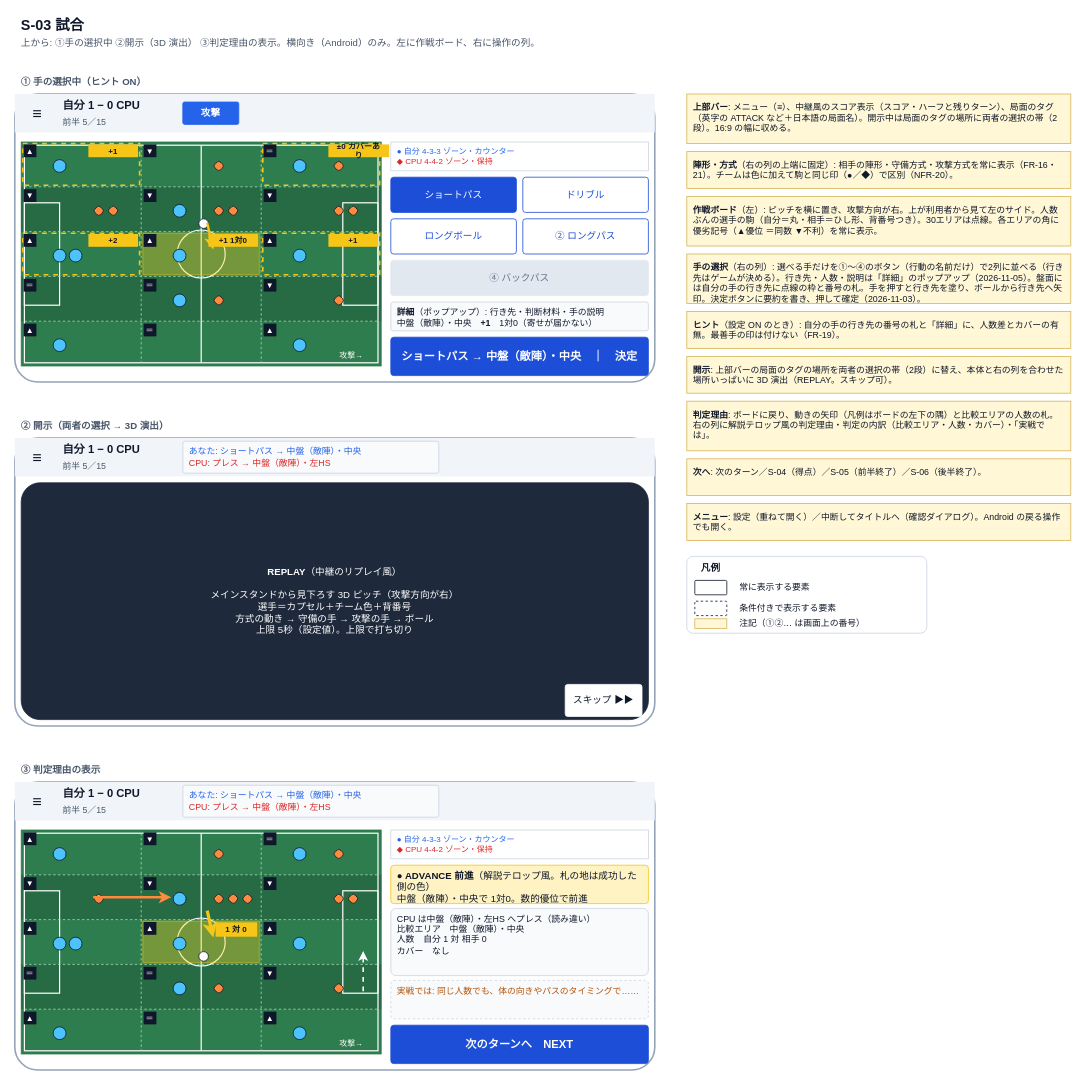
The draw.io diagram page "wireframe-s03-match" (3 of 12) of docs/specs/2_basic-design/wireframes.drawio in n-yata/soccer-sim, before the edit. Source tidied: cells renumbered, new cells numbered last; positions are measured from the earlier drawing's top-left corner, leaving out a move shared by most shapes. Both pictures are drawn from the tidied source at 80%, with x=0, y=0 at pixel (14, 14).
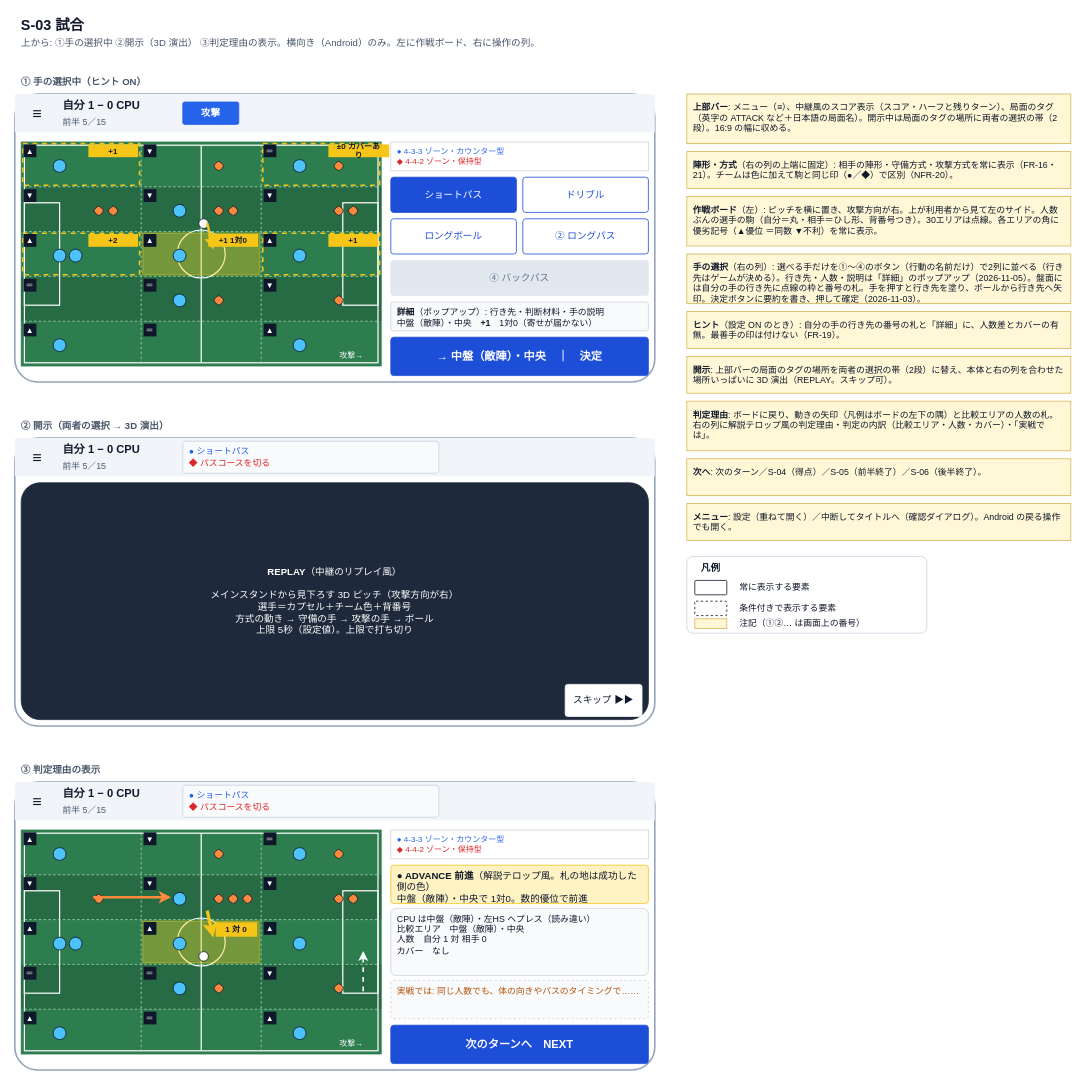
The same diagram, later.

What changed in the source:
```diff
@@
-    <mxCell id="78" value="&lt;span style='color:#2563EB'&gt;● 自分 4-3-3 ゾーン・カウンター&lt;/span&gt;&lt;br&gt;&lt;span style='color:#DC2626'&gt;◆ CPU 4-4-2 ゾーン・保持&lt;/span&gt;" style="rounded=0;arcSize=8;whiteSpace=wrap;html=1;fillColor=#FFFFFF;strokeColor=#CBD5E1;fontSize=10;fontColor=#0F172A;align=left;verticalAlign=middle;spacingLeft=6;spacingRight=6;" parent="1" vertex="1">
+    <mxCell id="78" value="&lt;span style='color:#2563EB'&gt;● 4-3-3 ゾーン・カウンター型&lt;/span&gt;&lt;br&gt;&lt;span style='color:#DC2626'&gt;◆ 4-4-2 ゾーン・保持型&lt;/span&gt;" style="rounded=0;arcSize=8;whiteSpace=wrap;html=1;fillColor=#FFFFFF;strokeColor=#CBD5E1;fontSize=10;fontColor=#0F172A;align=left;verticalAlign=middle;spacingLeft=6;spacingRight=6;" parent="1" vertex="1">
       <mxGeometry x="470" y="160" width="322" height="36" as="geometry" />
     </mxCell>
@@
-    <mxCell id="80" value="ショートパス → 中盤（敵陣）・中央　｜　決定" style="rounded=1;arcSize=8;whiteSpace=wrap;html=1;fillColor=#1D4ED8;strokeColor=#1D4ED8;fontSize=14;fontColor=#FFFFFF;align=center;verticalAlign=middle;spacingLeft=6;spacingRight=6;fontStyle=1;" parent="1" vertex="1">
+    <mxCell id="80" value="→ 中盤（敵陣）・中央　｜　決定" style="rounded=1;arcSize=8;whiteSpace=wrap;html=1;fillColor=#1D4ED8;strokeColor=#1D4ED8;fontSize=14;fontColor=#FFFFFF;align=center;verticalAlign=middle;spacingLeft=6;spacingRight=6;fontStyle=1;" parent="1" vertex="1">
       <mxGeometry x="470" y="404" width="322" height="48" as="geometry" />
     </mxCell>
@@
-    <mxCell id="87" value="&lt;span style='color:#2563EB'&gt;あなた: ショートパス → 中盤（敵陣）・中央&lt;/span&gt;&lt;br&gt;&lt;span style='color:#DC2626'&gt;CPU: プレス → 中盤（敵陣）・左HS&lt;/span&gt;" style="rounded=1;arcSize=8;whiteSpace=wrap;html=1;fillColor=#F8FAFC;strokeColor=#CBD5E1;fontSize=11;fontColor=#0F172A;align=left;verticalAlign=middle;spacingLeft=6;spacingRight=6;" parent="1" vertex="1">
+    <mxCell id="87" value="&lt;span style='color:#2563EB'&gt;● ショートパス&lt;/span&gt;&lt;br&gt;&lt;span style='color:#DC2626'&gt;◆ パスコースを切る&lt;/span&gt;" style="rounded=1;arcSize=8;whiteSpace=wrap;html=1;fillColor=#F8FAFC;strokeColor=#CBD5E1;fontSize=11;fontColor=#0F172A;align=left;verticalAlign=middle;spacingLeft=6;spacingRight=6;" parent="1" vertex="1">
       <mxGeometry x="210" y="534" width="320" height="40" as="geometry" />
     </mxCell>
@@
-    <mxCell id="96" value="&lt;span style='color:#2563EB'&gt;あなた: ショートパス → 中盤（敵陣）・中央&lt;/span&gt;&lt;br&gt;&lt;span style='color:#DC2626'&gt;CPU: プレス → 中盤（敵陣）・左HS&lt;/span&gt;" style="rounded=1;arcSize=8;whiteSpace=wrap;html=1;fillColor=#F8FAFC;strokeColor=#CBD5E1;fontSize=11;fontColor=#0F172A;align=left;verticalAlign=middle;spacingLeft=6;spacingRight=6;" parent="1" vertex="1">
+    <mxCell id="96" value="&lt;span style='color:#2563EB'&gt;● ショートパス&lt;/span&gt;&lt;br&gt;&lt;span style='color:#DC2626'&gt;◆ パスコースを切る&lt;/span&gt;" style="rounded=1;arcSize=8;whiteSpace=wrap;html=1;fillColor=#F8FAFC;strokeColor=#CBD5E1;fontSize=11;fontColor=#0F172A;align=left;verticalAlign=middle;spacingLeft=6;spacingRight=6;" parent="1" vertex="1">
       <mxGeometry x="210" y="964" width="320" height="40" as="geometry" />
     </mxCell>
@@
-    <mxCell id="153" value="&lt;span style='color:#2563EB'&gt;● 自分 4-3-3 ゾーン・カウンター&lt;/span&gt;&lt;br&gt;&lt;span style='color:#DC2626'&gt;◆ CPU 4-4-2 ゾーン・保持&lt;/span&gt;" style="rounded=0;arcSize=8;whiteSpace=wrap;html=1;fillColor=#FFFFFF;strokeColor=#CBD5E1;fontSize=10;fontColor=#0F172A;align=left;verticalAlign=middle;spacingLeft=6;spacingRight=6;" parent="1" vertex="1">
+    <mxCell id="153" value="&lt;span style='color:#2563EB'&gt;● 4-3-3 ゾーン・カウンター型&lt;/span&gt;&lt;br&gt;&lt;span style='color:#DC2626'&gt;◆ 4-4-2 ゾーン・保持型&lt;/span&gt;" style="rounded=0;arcSize=8;whiteSpace=wrap;html=1;fillColor=#FFFFFF;strokeColor=#CBD5E1;fontSize=10;fontColor=#0F172A;align=left;verticalAlign=middle;spacingLeft=6;spacingRight=6;" parent="1" vertex="1">
       <mxGeometry x="470" y="1020" width="322" height="36" as="geometry" />
     </mxCell>
```
